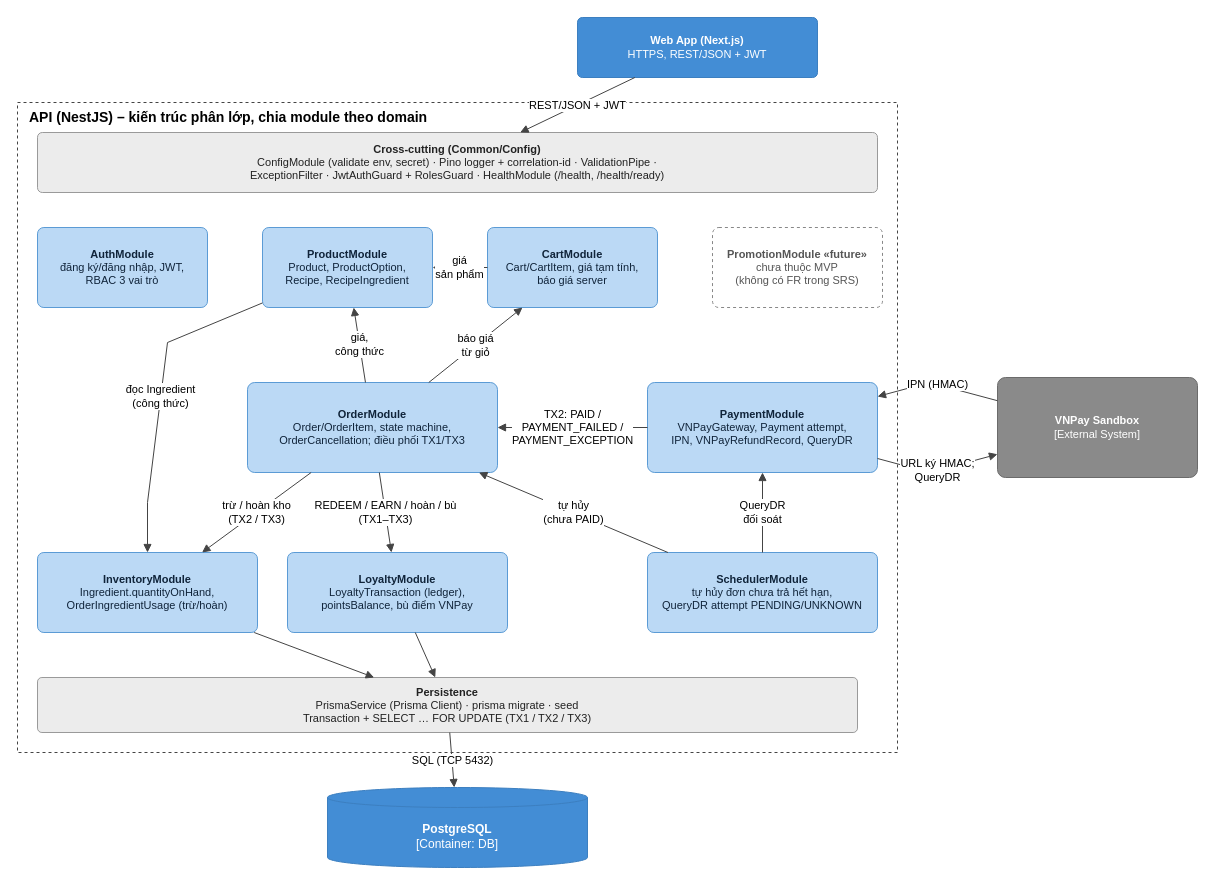
Above: docs/diagrams/sources/component-api.drawio in mhien06/SWE_A2 (draw.io), before the change. Source tidied: cells renumbered, new cells numbered last; positions are measured from the earlier drawing's top-left corner, leaving out a move shared by most shapes. Both pictures are drawn from the tidied source at 100%, with x=0, y=0 at pixel (17, 17).
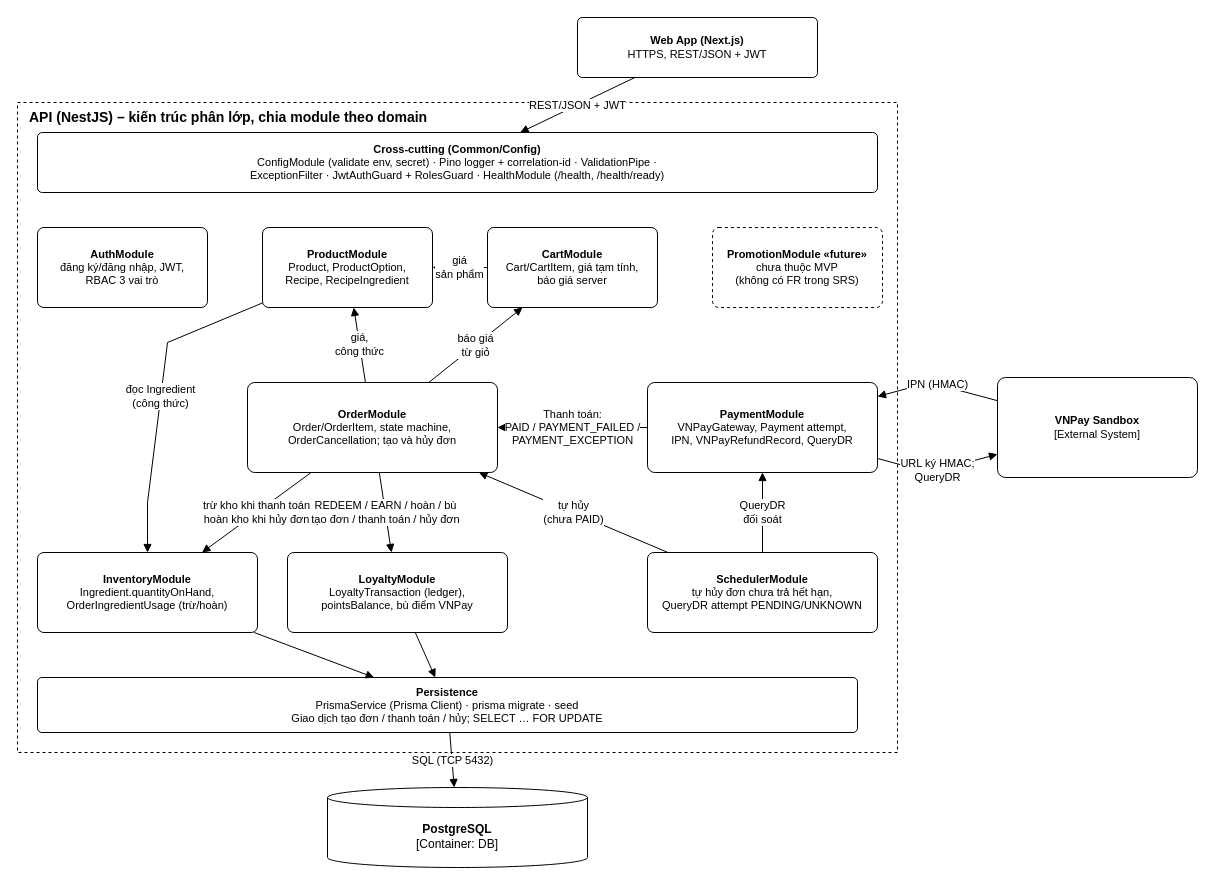
Above is the later version.

Diff of the diagram source:
```diff
@@
-    <mxCell id="2" value="&lt;b&gt;Web App (Next.js)&lt;/b&gt;&lt;br&gt;HTTPS, REST/JSON + JWT" style="rounded=1;whiteSpace=wrap;html=1;arcSize=8;fillColor=#438DD5;strokeColor=#3C7FC0;fontColor=#ffffff;fontSize=11;" parent="1" vertex="1">
+    <mxCell id="2" value="&lt;b&gt;Web App (Next.js)&lt;/b&gt;&lt;br&gt;HTTPS, REST/JSON + JWT" style="rounded=1;whiteSpace=wrap;html=1;arcSize=8;fillColor=#ffffff;strokeColor=#000000;fontColor=#000000;fontSize=11;" parent="1" vertex="1">
       <mxGeometry x="560" width="240" height="60" as="geometry" />
     </mxCell>
-    <mxCell id="3" value="API (NestJS) – kiến trúc phân lớp, chia module theo domain" style="rounded=0;whiteSpace=wrap;html=1;fillColor=none;dashed=1;strokeColor=#444444;verticalAlign=top;align=left;spacingLeft=10;fontStyle=1;fontSize=14;" parent="1" vertex="1">
+    <mxCell id="3" value="API (NestJS) – kiến trúc phân lớp, chia module theo domain" style="rounded=0;whiteSpace=wrap;html=1;fillColor=none;dashed=1;strokeColor=#000000;verticalAlign=top;align=left;spacingLeft=10;fontStyle=1;fontSize=14;" parent="1" vertex="1">
       <mxGeometry y="85" width="880" height="650" as="geometry" />
     </mxCell>
-    <mxCell id="4" value="&lt;b&gt;Cross-cutting (Common/Config)&lt;/b&gt;&lt;br&gt;ConfigModule (validate env, secret) · Pino logger + correlation-id · ValidationPipe ·&lt;br&gt;ExceptionFilter · JwtAuthGuard + RolesGuard · HealthModule (/health, /health/ready)" style="rounded=1;whiteSpace=wrap;html=1;arcSize=8;fillColor=#ECECEC;strokeColor=#9A9A9A;fontColor=#222222;fontSize=11;" parent="1" vertex="1">
+    <mxCell id="4" value="&lt;b&gt;Cross-cutting (Common/Config)&lt;/b&gt;&lt;br&gt;ConfigModule (validate env, secret) · Pino logger + correlation-id · ValidationPipe ·&lt;br&gt;ExceptionFilter · JwtAuthGuard + RolesGuard · HealthModule (/health, /health/ready)" style="rounded=1;whiteSpace=wrap;html=1;arcSize=8;fillColor=#ffffff;strokeColor=#000000;fontColor=#000000;fontSize=11;" parent="1" vertex="1">
       <mxGeometry x="20" y="115" width="840" height="60" as="geometry" />
     </mxCell>
-    <mxCell id="5" value="&lt;b&gt;AuthModule&lt;/b&gt;&lt;br&gt;đăng ký/đăng nhập, JWT,&lt;br&gt;RBAC 3 vai trò" style="rounded=1;whiteSpace=wrap;html=1;arcSize=8;fillColor=#BBD9F5;strokeColor=#5B9BD5;fontColor=#10243a;fontSize=11;" parent="1" vertex="1">
+    <mxCell id="5" value="&lt;b&gt;AuthModule&lt;/b&gt;&lt;br&gt;đăng ký/đăng nhập, JWT,&lt;br&gt;RBAC 3 vai trò" style="rounded=1;whiteSpace=wrap;html=1;arcSize=8;fillColor=#ffffff;strokeColor=#000000;fontColor=#000000;fontSize=11;" parent="1" vertex="1">
       <mxGeometry x="20" y="210" width="170" height="80" as="geometry" />
     </mxCell>
-    <mxCell id="6" value="&lt;b&gt;ProductModule&lt;/b&gt;&lt;br&gt;Product, ProductOption,&lt;br&gt;Recipe, RecipeIngredient" style="rounded=1;whiteSpace=wrap;html=1;arcSize=8;fillColor=#BBD9F5;strokeColor=#5B9BD5;fontColor=#10243a;fontSize=11;" parent="1" vertex="1">
+    <mxCell id="6" value="&lt;b&gt;ProductModule&lt;/b&gt;&lt;br&gt;Product, ProductOption,&lt;br&gt;Recipe, RecipeIngredient" style="rounded=1;whiteSpace=wrap;html=1;arcSize=8;fillColor=#ffffff;strokeColor=#000000;fontColor=#000000;fontSize=11;" parent="1" vertex="1">
       <mxGeometry x="245" y="210" width="170" height="80" as="geometry" />
     </mxCell>
-    <mxCell id="7" value="&lt;b&gt;CartModule&lt;/b&gt;&lt;br&gt;Cart/CartItem, giá tạm tính,&lt;br&gt;báo giá server" style="rounded=1;whiteSpace=wrap;html=1;arcSize=8;fillColor=#BBD9F5;strokeColor=#5B9BD5;fontColor=#10243a;fontSize=11;" parent="1" vertex="1">
+    <mxCell id="7" value="&lt;b&gt;CartModule&lt;/b&gt;&lt;br&gt;Cart/CartItem, giá tạm tính,&lt;br&gt;báo giá server" style="rounded=1;whiteSpace=wrap;html=1;arcSize=8;fillColor=#ffffff;strokeColor=#000000;fontColor=#000000;fontSize=11;" parent="1" vertex="1">
       <mxGeometry x="470" y="210" width="170" height="80" as="geometry" />
     </mxCell>
-    <mxCell id="8" value="&lt;b&gt;PromotionModule «future»&lt;/b&gt;&lt;br&gt;chưa thuộc MVP&lt;br&gt;(không có FR trong SRS)" style="rounded=1;whiteSpace=wrap;html=1;arcSize=8;fillColor=#FFFFFF;strokeColor=#888888;fontColor=#555555;fontSize=11;dashed=1;" parent="1" vertex="1">
+    <mxCell id="8" value="&lt;b&gt;PromotionModule «future»&lt;/b&gt;&lt;br&gt;chưa thuộc MVP&lt;br&gt;(không có FR trong SRS)" style="rounded=1;whiteSpace=wrap;html=1;arcSize=8;fillColor=#ffffff;strokeColor=#000000;fontColor=#000000;fontSize=11;dashed=1;" parent="1" vertex="1">
       <mxGeometry x="695" y="210" width="170" height="80" as="geometry" />
     </mxCell>
-    <mxCell id="9" value="&lt;b&gt;OrderModule&lt;/b&gt;&lt;br&gt;Order/OrderItem, state machine,&lt;br&gt;OrderCancellation; điều phối TX1/TX3" style="rounded=1;whiteSpace=wrap;html=1;arcSize=8;fillColor=#BBD9F5;strokeColor=#5B9BD5;fontColor=#10243a;fontSize=11;" parent="1" vertex="1">
+    <mxCell id="9" value="&lt;b&gt;OrderModule&lt;/b&gt;&lt;br&gt;Order/OrderItem, state machine,&lt;br&gt;OrderCancellation; tạo và hủy đơn" style="rounded=1;whiteSpace=wrap;html=1;arcSize=8;fillColor=#ffffff;strokeColor=#000000;fontColor=#000000;fontSize=11;" parent="1" vertex="1">
       <mxGeometry x="230" y="365" width="250" height="90" as="geometry" />
     </mxCell>
-    <mxCell id="10" value="&lt;b&gt;PaymentModule&lt;/b&gt;&lt;br&gt;VNPayGateway, Payment attempt,&lt;br&gt;IPN, VNPayRefundRecord, QueryDR" style="rounded=1;whiteSpace=wrap;html=1;arcSize=8;fillColor=#BBD9F5;strokeColor=#5B9BD5;fontColor=#10243a;fontSize=11;" parent="1" vertex="1">
+    <mxCell id="10" value="&lt;b&gt;PaymentModule&lt;/b&gt;&lt;br&gt;VNPayGateway, Payment attempt,&lt;br&gt;IPN, VNPayRefundRecord, QueryDR" style="rounded=1;whiteSpace=wrap;html=1;arcSize=8;fillColor=#ffffff;strokeColor=#000000;fontColor=#000000;fontSize=11;" parent="1" vertex="1">
       <mxGeometry x="630" y="365" width="230" height="90" as="geometry" />
     </mxCell>
-    <mxCell id="11" value="&lt;b&gt;InventoryModule&lt;/b&gt;&lt;br&gt;Ingredient.quantityOnHand,&lt;br&gt;OrderIngredientUsage (trừ/hoàn)" style="rounded=1;whiteSpace=wrap;html=1;arcSize=8;fillColor=#BBD9F5;strokeColor=#5B9BD5;fontColor=#10243a;fontSize=11;" parent="1" vertex="1">
+    <mxCell id="11" value="&lt;b&gt;InventoryModule&lt;/b&gt;&lt;br&gt;Ingredient.quantityOnHand,&lt;br&gt;OrderIngredientUsage (trừ/hoàn)" style="rounded=1;whiteSpace=wrap;html=1;arcSize=8;fillColor=#ffffff;strokeColor=#000000;fontColor=#000000;fontSize=11;" parent="1" vertex="1">
       <mxGeometry x="20" y="535" width="220" height="80" as="geometry" />
     </mxCell>
-    <mxCell id="12" value="&lt;b&gt;LoyaltyModule&lt;/b&gt;&lt;br&gt;LoyaltyTransaction (ledger),&lt;br&gt;pointsBalance, bù điểm VNPay" style="rounded=1;whiteSpace=wrap;html=1;arcSize=8;fillColor=#BBD9F5;strokeColor=#5B9BD5;fontColor=#10243a;fontSize=11;" parent="1" vertex="1">
+    <mxCell id="12" value="&lt;b&gt;LoyaltyModule&lt;/b&gt;&lt;br&gt;LoyaltyTransaction (ledger),&lt;br&gt;pointsBalance, bù điểm VNPay" style="rounded=1;whiteSpace=wrap;html=1;arcSize=8;fillColor=#ffffff;strokeColor=#000000;fontColor=#000000;fontSize=11;" parent="1" vertex="1">
       <mxGeometry x="270" y="535" width="220" height="80" as="geometry" />
     </mxCell>
-    <mxCell id="13" value="&lt;b&gt;SchedulerModule&lt;/b&gt;&lt;br&gt;tự hủy đơn chưa trả hết hạn,&lt;br&gt;QueryDR attempt PENDING/UNKNOWN" style="rounded=1;whiteSpace=wrap;html=1;arcSize=8;fillColor=#BBD9F5;strokeColor=#5B9BD5;fontColor=#10243a;fontSize=11;" parent="1" vertex="1">
+    <mxCell id="13" value="&lt;b&gt;SchedulerModule&lt;/b&gt;&lt;br&gt;tự hủy đơn chưa trả hết hạn,&lt;br&gt;QueryDR attempt PENDING/UNKNOWN" style="rounded=1;whiteSpace=wrap;html=1;arcSize=8;fillColor=#ffffff;strokeColor=#000000;fontColor=#000000;fontSize=11;" parent="1" vertex="1">
       <mxGeometry x="630" y="535" width="230" height="80" as="geometry" />
     </mxCell>
-    <mxCell id="14" value="&lt;b&gt;Persistence&lt;/b&gt;&lt;br&gt;PrismaService (Prisma Client) · prisma migrate · seed&lt;br&gt;Transaction + SELECT … FOR UPDATE (TX1 / TX2 / TX3)" style="rounded=1;whiteSpace=wrap;html=1;arcSize=8;fillColor=#ECECEC;strokeColor=#9A9A9A;fontColor=#222222;fontSize=11;" parent="1" vertex="1">
+    <mxCell id="14" value="&lt;b&gt;Persistence&lt;/b&gt;&lt;br&gt;PrismaService (Prisma Client) · prisma migrate · seed&lt;br&gt;Giao dịch tạo đơn / thanh toán / hủy; SELECT … FOR UPDATE" style="rounded=1;whiteSpace=wrap;html=1;arcSize=8;fillColor=#ffffff;strokeColor=#000000;fontColor=#000000;fontSize=11;" parent="1" vertex="1">
       <mxGeometry x="20" y="660" width="820" height="55" as="geometry" />
     </mxCell>
-    <mxCell id="15" value="&lt;b&gt;PostgreSQL&lt;/b&gt;&lt;br&gt;[Container: DB]" style="shape=cylinder3;whiteSpace=wrap;html=1;boundedLbl=1;backgroundOutline=1;size=10;fillColor=#438DD5;strokeColor=#3C7FC0;fontColor=#ffffff;" parent="1" vertex="1">
+    <mxCell id="15" value="&lt;b&gt;PostgreSQL&lt;/b&gt;&lt;br&gt;[Container: DB]" style="shape=cylinder3;whiteSpace=wrap;html=1;boundedLbl=1;backgroundOutline=1;size=10;fillColor=#ffffff;strokeColor=#000000;fontColor=#000000;" parent="1" vertex="1">
       <mxGeometry x="310" y="770" width="260" height="80" as="geometry" />
     </mxCell>
-    <mxCell id="16" value="&lt;b&gt;VNPay Sandbox&lt;/b&gt;&lt;br&gt;[External System]" style="rounded=1;whiteSpace=wrap;html=1;arcSize=8;fillColor=#8A8A8A;strokeColor=#6B6B6B;fontColor=#ffffff;fontSize=11;" parent="1" vertex="1">
+    <mxCell id="16" value="&lt;b&gt;VNPay Sandbox&lt;/b&gt;&lt;br&gt;[External System]" style="rounded=1;whiteSpace=wrap;html=1;arcSize=8;fillColor=#ffffff;strokeColor=#000000;fontColor=#000000;fontSize=11;" parent="1" vertex="1">
       <mxGeometry x="980" y="360" width="200" height="100" as="geometry" />
     </mxCell>
-    <mxCell id="17" value="REST/JSON + JWT" style="endArrow=block;endFill=1;html=1;rounded=0;strokeColor=#444444;fontSize=11;labelBackgroundColor=#ffffff;" parent="1" edge="1" source="2" target="4">
+    <mxCell id="17" value="REST/JSON + JWT" style="endArrow=block;endFill=1;html=1;rounded=0;strokeColor=#000000;fontSize=11;labelBackgroundColor=#ffffff;" parent="1" edge="1" source="2" target="4">
       <mxGeometry relative="1" as="geometry" />
     </mxCell>
-    <mxCell id="18" value="báo giá&lt;br&gt;từ giỏ" style="endArrow=block;endFill=1;html=1;rounded=0;strokeColor=#444444;fontSize=11;labelBackgroundColor=#ffffff;" parent="1" edge="1" source="9" target="7">
+    <mxCell id="18" value="báo giá&lt;br&gt;từ giỏ" style="endArrow=block;endFill=1;html=1;rounded=0;strokeColor=#000000;fontSize=11;labelBackgroundColor=#ffffff;" parent="1" edge="1" source="9" target="7">
       <mxGeometry relative="1" as="geometry" />
     </mxCell>
-    <mxCell id="19" value="giá,&lt;br&gt;công thức" style="endArrow=block;endFill=1;html=1;rounded=0;strokeColor=#444444;fontSize=11;labelBackgroundColor=#ffffff;" parent="1" edge="1" source="9" target="6">
+    <mxCell id="19" value="giá,&lt;br&gt;công thức" style="endArrow=block;endFill=1;html=1;rounded=0;strokeColor=#000000;fontSize=11;labelBackgroundColor=#ffffff;" parent="1" edge="1" source="9" target="6">
       <mxGeometry relative="1" as="geometry" />
     </mxCell>
-    <mxCell id="20" value="giá&lt;br&gt;sản phẩm" style="endArrow=block;endFill=1;html=1;rounded=0;strokeColor=#444444;fontSize=11;labelBackgroundColor=#ffffff;" parent="1" edge="1" source="7" target="6">
+    <mxCell id="20" value="giá&lt;br&gt;sản phẩm" style="endArrow=block;endFill=1;html=1;rounded=0;strokeColor=#000000;fontSize=11;labelBackgroundColor=#ffffff;" parent="1" edge="1" source="7" target="6">
       <mxGeometry relative="1" as="geometry" />
     </mxCell>
-    <mxCell id="21" value="đọc Ingredient&lt;br&gt;(công thức)" style="endArrow=block;endFill=1;html=1;rounded=0;strokeColor=#444444;fontSize=11;labelBackgroundColor=#ffffff;" parent="1" edge="1" source="6" target="11">
+    <mxCell id="21" value="đọc Ingredient&lt;br&gt;(công thức)" style="endArrow=block;endFill=1;html=1;rounded=0;strokeColor=#000000;fontSize=11;labelBackgroundColor=#ffffff;" parent="1" edge="1" source="6" target="11">
       <mxGeometry relative="1" as="geometry">
         <Array as="points">
           <mxPoint x="150" y="325" />
           <mxPoint x="130" y="485" />
         </Array>
       </mxGeometry>
     </mxCell>
-    <mxCell id="22" value="TX2: PAID /&lt;br&gt;PAYMENT_FAILED /&lt;br&gt;PAYMENT_EXCEPTION" style="endArrow=block;endFill=1;html=1;rounded=0;strokeColor=#444444;fontSize=11;labelBackgroundColor=#ffffff;" parent="1" edge="1" source="10" target="9">
+    <mxCell id="22" value="Thanh toán:&lt;br&gt;PAID / PAYMENT_FAILED /&lt;br&gt;PAYMENT_EXCEPTION" style="endArrow=block;endFill=1;html=1;rounded=0;strokeColor=#000000;fontSize=11;labelBackgroundColor=#ffffff;" parent="1" edge="1" source="10" target="9">
       <mxGeometry relative="1" as="geometry" />
     </mxCell>
-    <mxCell id="23" value="tự hủy&lt;br&gt;(chưa PAID)" style="endArrow=block;endFill=1;html=1;rounded=0;strokeColor=#444444;fontSize=11;labelBackgroundColor=#ffffff;" parent="1" edge="1" source="13" target="9">
+    <mxCell id="23" value="tự hủy&lt;br&gt;(chưa PAID)" style="endArrow=block;endFill=1;html=1;rounded=0;strokeColor=#000000;fontSize=11;labelBackgroundColor=#ffffff;" parent="1" edge="1" source="13" target="9">
       <mxGeometry relative="1" as="geometry" />
     </mxCell>
-    <mxCell id="24" value="QueryDR&lt;br&gt;đối soát" style="endArrow=block;endFill=1;html=1;rounded=0;strokeColor=#444444;fontSize=11;labelBackgroundColor=#ffffff;" parent="1" edge="1" source="13" target="10">
+    <mxCell id="24" value="QueryDR&lt;br&gt;đối soát" style="endArrow=block;endFill=1;html=1;rounded=0;strokeColor=#000000;fontSize=11;labelBackgroundColor=#ffffff;" parent="1" edge="1" source="13" target="10">
       <mxGeometry relative="1" as="geometry" />
     </mxCell>
-    <mxCell id="25" value="trừ / hoàn kho&lt;br&gt;(TX2 / TX3)" style="endArrow=block;endFill=1;html=1;rounded=0;strokeColor=#444444;fontSize=11;labelBackgroundColor=#ffffff;" parent="1" edge="1" source="9" target="11">
+    <mxCell id="25" value="trừ kho khi thanh toán&lt;br&gt;hoàn kho khi hủy đơn" style="endArrow=block;endFill=1;html=1;rounded=0;strokeColor=#000000;fontSize=11;labelBackgroundColor=#ffffff;" parent="1" edge="1" source="9" target="11">
       <mxGeometry relative="1" as="geometry" />
     </mxCell>
-    <mxCell id="26" value="REDEEM / EARN / hoàn / bù&lt;br&gt;(TX1–TX3)" style="endArrow=block;endFill=1;html=1;rounded=0;strokeColor=#444444;fontSize=11;labelBackgroundColor=#ffffff;" parent="1" edge="1" source="9" target="12">
+    <mxCell id="26" value="REDEEM / EARN / hoàn / bù&lt;br&gt;tạo đơn / thanh toán / hủy đơn" style="endArrow=block;endFill=1;html=1;rounded=0;strokeColor=#000000;fontSize=11;labelBackgroundColor=#ffffff;" parent="1" edge="1" source="9" target="12">
       <mxGeometry relative="1" as="geometry" />
     </mxCell>
-    <mxCell id="27" style="endArrow=block;endFill=1;html=1;rounded=0;strokeColor=#444444;fontSize=11;labelBackgroundColor=#ffffff;" parent="1" edge="1" source="11" target="14">
+    <mxCell id="27" style="endArrow=block;endFill=1;html=1;rounded=0;strokeColor=#000000;fontSize=11;labelBackgroundColor=#ffffff;" parent="1" edge="1" source="11" target="14">
       <mxGeometry relative="1" as="geometry" />
     </mxCell>
-    <mxCell id="28" style="endArrow=block;endFill=1;html=1;rounded=0;strokeColor=#444444;fontSize=11;labelBackgroundColor=#ffffff;" parent="1" edge="1" source="12" target="14">
+    <mxCell id="28" style="endArrow=block;endFill=1;html=1;rounded=0;strokeColor=#000000;fontSize=11;labelBackgroundColor=#ffffff;" parent="1" edge="1" source="12" target="14">
       <mxGeometry relative="1" as="geometry" />
     </mxCell>
-    <mxCell id="29" value="SQL (TCP 5432)" style="endArrow=block;endFill=1;html=1;rounded=0;strokeColor=#444444;fontSize=11;labelBackgroundColor=#ffffff;" parent="1" edge="1" source="14" target="15">
+    <mxCell id="29" value="SQL (TCP 5432)" style="endArrow=block;endFill=1;html=1;rounded=0;strokeColor=#000000;fontSize=11;labelBackgroundColor=#ffffff;" parent="1" edge="1" source="14" target="15">
       <mxGeometry relative="1" as="geometry" />
     </mxCell>
-    <mxCell id="30" value="URL ký HMAC;&lt;br&gt;QueryDR" style="endArrow=block;endFill=1;html=1;rounded=0;strokeColor=#444444;fontSize=11;labelBackgroundColor=#ffffff;" parent="1" edge="1" source="10" target="16">
+    <mxCell id="30" value="URL ký HMAC;&lt;br&gt;QueryDR" style="endArrow=block;endFill=1;html=1;rounded=0;strokeColor=#000000;fontSize=11;labelBackgroundColor=#ffffff;" parent="1" edge="1" source="10" target="16">
       <mxGeometry relative="1" as="geometry">
         <Array as="points">
           <mxPoint x="912" y="455" />
         </Array>
       </mxGeometry>
     </mxCell>
-    <mxCell id="31" value="IPN (HMAC)" style="endArrow=block;endFill=1;html=1;rounded=0;strokeColor=#444444;fontSize=11;labelBackgroundColor=#ffffff;" parent="1" edge="1" source="16" target="10">
+    <mxCell id="31" value="IPN (HMAC)" style="endArrow=block;endFill=1;html=1;rounded=0;strokeColor=#000000;fontSize=11;labelBackgroundColor=#ffffff;" parent="1" edge="1" source="16" target="10">
       <mxGeometry relative="1" as="geometry">
         <Array as="points">
           <mxPoint x="912" y="365" />
         </Array>
       </mxGeometry>
     </mxCell>
```
